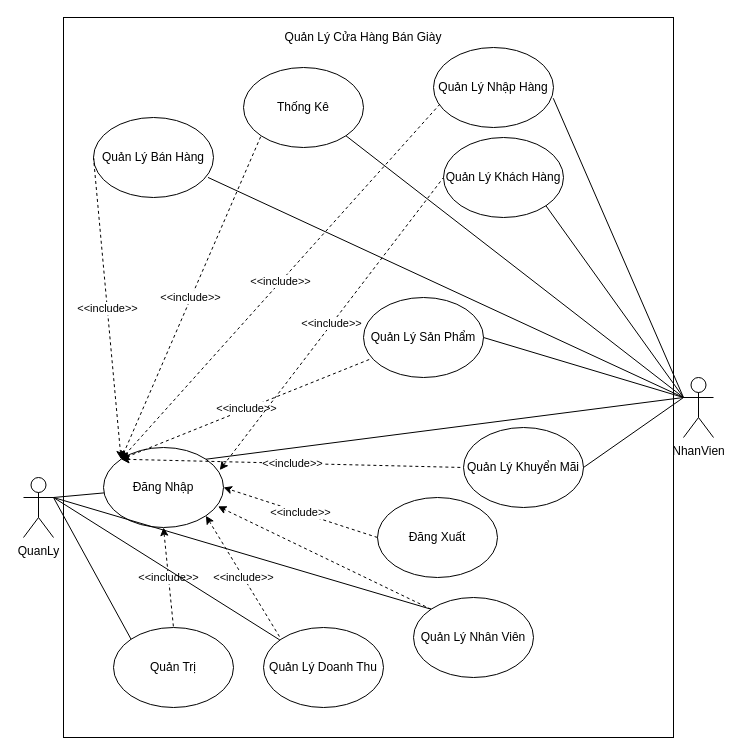
maivantai2003/Database keeps this draw.io diagram as UseCase3.drawio. Above is the earlier version. Source tidied: cells renumbered, new cells numbered last; positions are measured from the earlier drawing's top-left corner, leaving out a move shared by most shapes. Both pictures are drawn from the tidied source at 100%, with x=0, y=0 at pixel (23, 17).
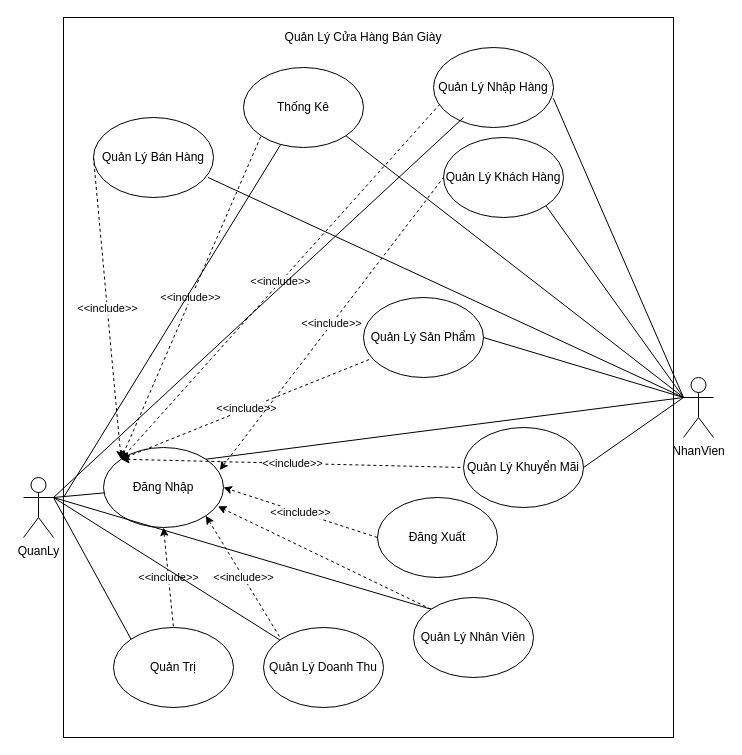
After the change.

Commit message:
Cập nhật UseCase3.drawio

Unchanged cells that the change refers to:
```xml
<mxCell id="16" value="Thống Kê" style="ellipse;whiteSpace=wrap;html=1;" parent="1" vertex="1">
  <mxGeometry x="220" y="50" width="120" height="80" as="geometry" />
</mxCell>
```

Diff of the diagram source:
```diff
@@
+    <mxCell id="38" style="endArrow=none;html=1;rounded=0;endFill=0;" parent="1" edge="1" target="16">
+      <mxGeometry relative="1" as="geometry">
+        <mxPoint x="40" y="480" as="sourcePoint" />
+      </mxGeometry>
+    </mxCell>
+    <mxCell id="39" style="endArrow=none;html=1;rounded=0;endFill=0;" parent="1" edge="1">
+      <mxGeometry relative="1" as="geometry">
+        <mxPoint x="30" y="480" as="sourcePoint" />
+        <mxPoint x="440" y="100" as="targetPoint" />
+      </mxGeometry>
+    </mxCell>
```
